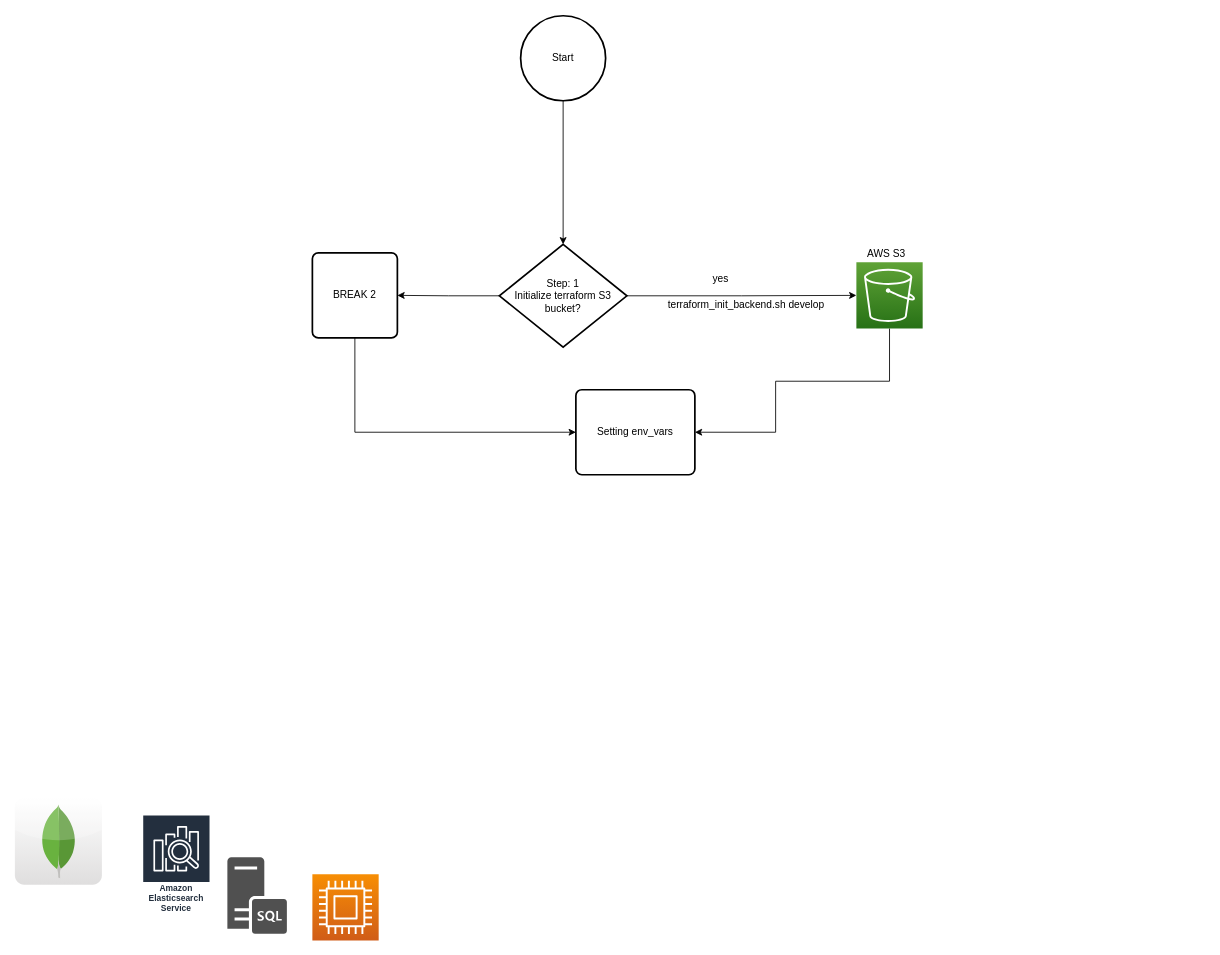
The draw.io diagram Untitled Diagram.drawio in Rahul-wd/diagrams, before the edit. Source tidied: cells renumbered, new cells numbered last; positions are measured from the earlier drawing's top-left corner, leaving out a move shared by most shapes. Both pictures are drawn from the tidied source at 85%, with x=0, y=0 at pixel (14, 15).
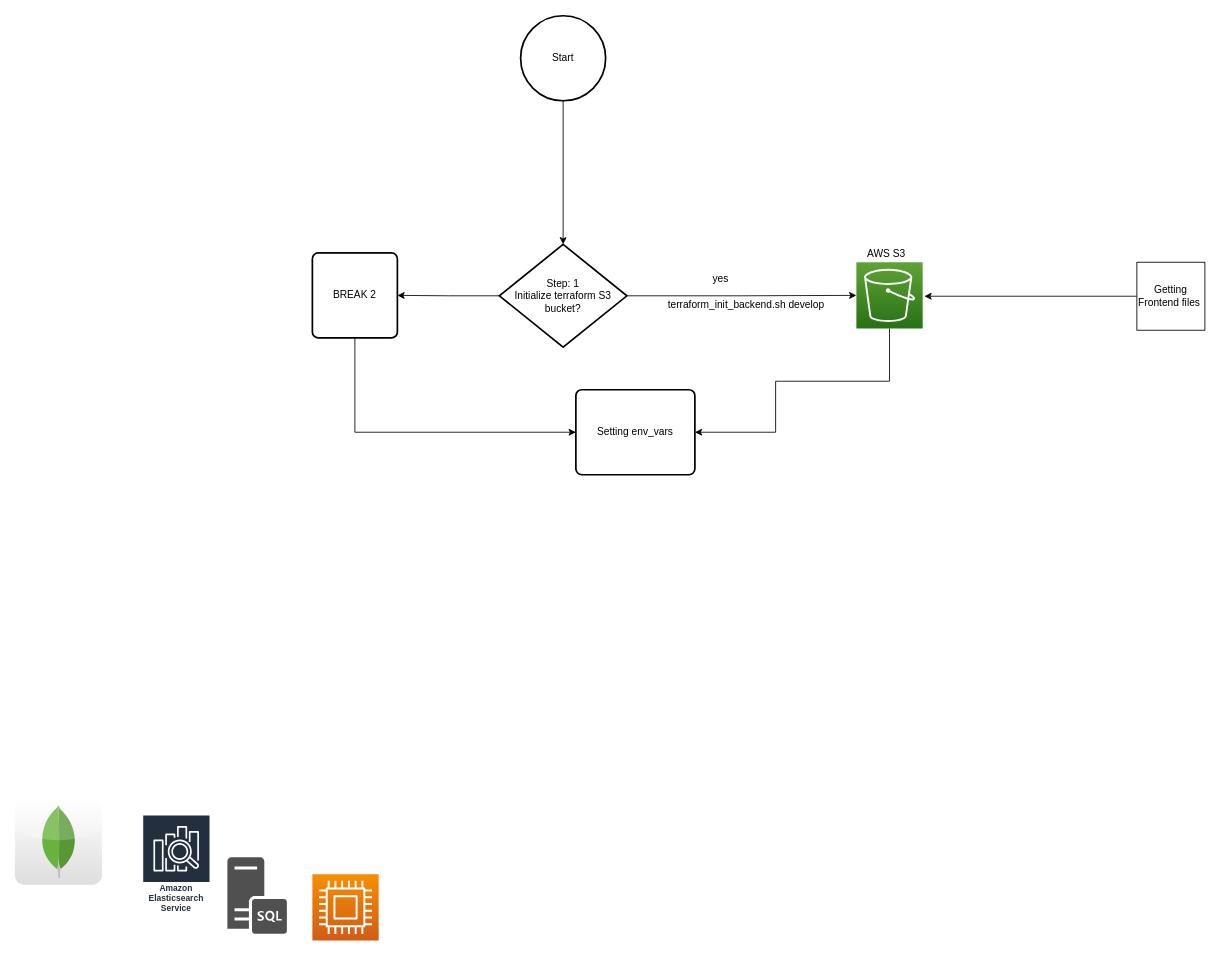
The same diagram, later.

Commit message:
Updated Studio9- Rishi Ray

Diff of the diagram source:
```diff
@@
+    <mxCell id="19" style="edgeStyle=orthogonalEdgeStyle;rounded=0;jettySize=auto;html=1;" parent="1" edge="1" source="20">
+      <mxGeometry relative="1" as="geometry">
+        <mxPoint x="1070" y="330" as="targetPoint" />
+      </mxGeometry>
+    </mxCell>
+    <mxCell id="20" value="Getting Frontend files&amp;nbsp;" style="whiteSpace=wrap;html=1;" parent="1" vertex="1">
+      <mxGeometry x="1320" y="290" width="80" height="80" as="geometry" />
+    </mxCell>
```
